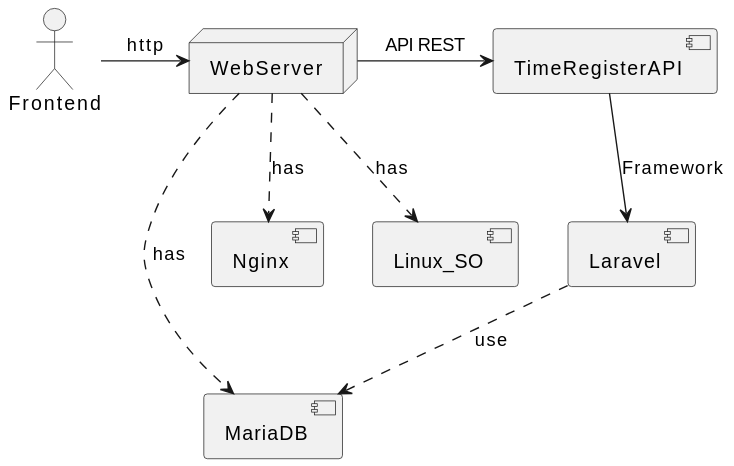
Above: docs/deploy-diagram.svg in EscuelaIt/time-register (PlantUML), before the change.
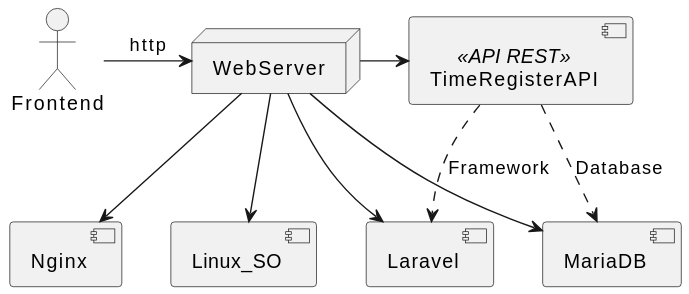
The same file after the commit.

Commit message:
cambios diagrama de despliegue

What changed in the source:
```diff
@@ -1,17 +1,18 @@
 @startuml
 Actor Frontend
 node WebServer
-component TimeRegisterAPI
+component TimeRegisterAPI <<API REST>>
 component Laravel
 component MariaDB
 component Nginx
 component Linux_SO
 
 Frontend -> WebServer : http
-WebServer -right-> TimeRegisterAPI : API REST
-TimeRegisterAPI -down-> Laravel : Framework
-Laravel ..> MariaDB : use
-WebServer .down.> Nginx : has
-WebServer .down.> Linux_SO : has
-WebServer .down.> MariaDB : has
+WebServer -right-> TimeRegisterAPI
+TimeRegisterAPI .down.> Laravel : Framework
+TimeRegisterAPI ..> MariaDB : Database
+WebServer -down-> Nginx
+WebServer -down-> Linux_SO
+WebServer -down-> MariaDB
+WebServer -down-> Laravel
 @enduml
```
